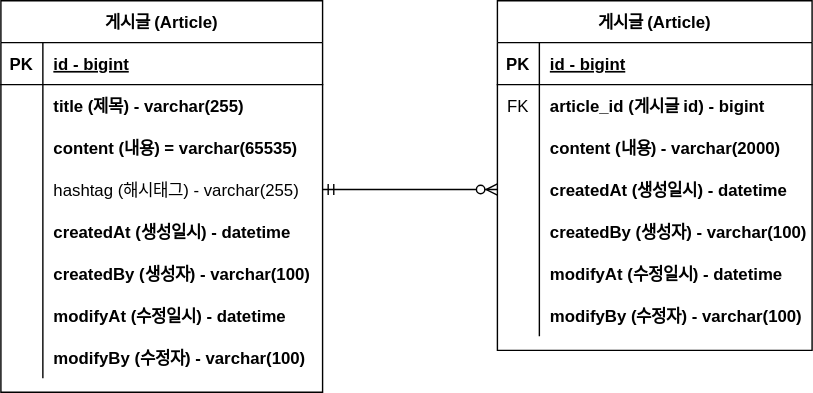
This is document/project-board-erd.svg from Bumja12/project-board, a draw.io export, as it was before one commit. Source tidied: cells renumbered, new cells last; positions are measured from the earlier drawing's top-left corner, leaving out a move shared by most shapes.
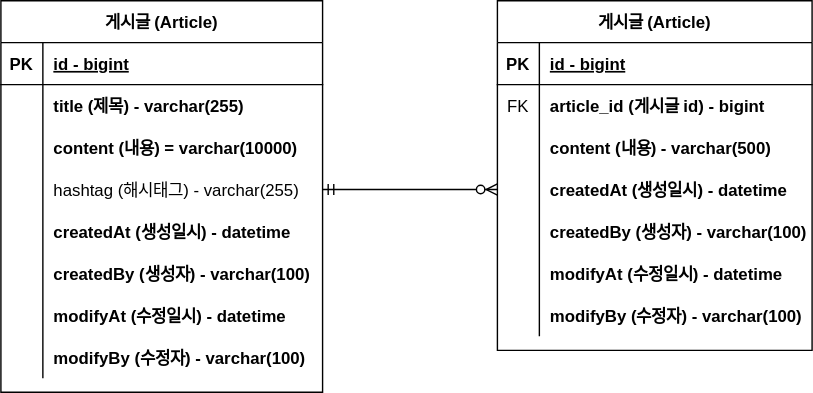
Above is the later version.

Commit message:
#10 - erd 업데이트: content 사이즈 변경

Change to the diagram source:
```diff
@@ -29,7 +29,7 @@
     <mxCell id="10" style="shape=partialRectangle;overflow=hidden;fillColor=none;top=0;left=0;bottom=0;right=0;" parent="9" vertex="1">
       <mxGeometry width="30" height="30" as="geometry" />
     </mxCell>
-    <mxCell id="11" value="content (내용) = varchar(65535)" style="shape=partialRectangle;overflow=hidden;fillColor=none;top=0;left=0;bottom=0;right=0;align=left;spacingLeft=6;fontStyle=1;" parent="9" vertex="1">
+    <mxCell id="11" value="content (내용) = varchar(10000)" style="shape=partialRectangle;overflow=hidden;fillColor=none;top=0;left=0;bottom=0;right=0;align=left;spacingLeft=6;fontStyle=1;" parent="9" vertex="1">
       <mxGeometry x="30" width="200" height="30" as="geometry" />
     </mxCell>
     <mxCell id="12" style="shape=partialRectangle;fillColor=none;points=[[0,0.5],[1,0.5]];portConstraint=eastwest;top=0;left=0;right=0;bottom=0;" parent="2" vertex="1">
@@ -104,7 +104,7 @@
     <mxCell id="35" style="shape=partialRectangle;overflow=hidden;fillColor=none;top=0;left=0;bottom=0;right=0;" parent="34" vertex="1">
       <mxGeometry width="30" height="30" as="geometry" />
     </mxCell>
-    <mxCell id="36" value="content (내용) - varchar(2000)" style="shape=partialRectangle;overflow=hidden;fillColor=none;top=0;left=0;bottom=0;right=0;align=left;spacingLeft=6;fontStyle=1;" parent="34" vertex="1">
+    <mxCell id="36" value="content (내용) - varchar(500)" style="shape=partialRectangle;overflow=hidden;fillColor=none;top=0;left=0;bottom=0;right=0;align=left;spacingLeft=6;fontStyle=1;" parent="34" vertex="1">
       <mxGeometry x="30" width="195" height="30" as="geometry" />
     </mxCell>
     <mxCell id="37" style="shape=partialRectangle;fillColor=none;points=[[0,0.5],[1,0.5]];portConstraint=eastwest;top=0;left=0;right=0;bottom=0;" parent="27" vertex="1">
```
